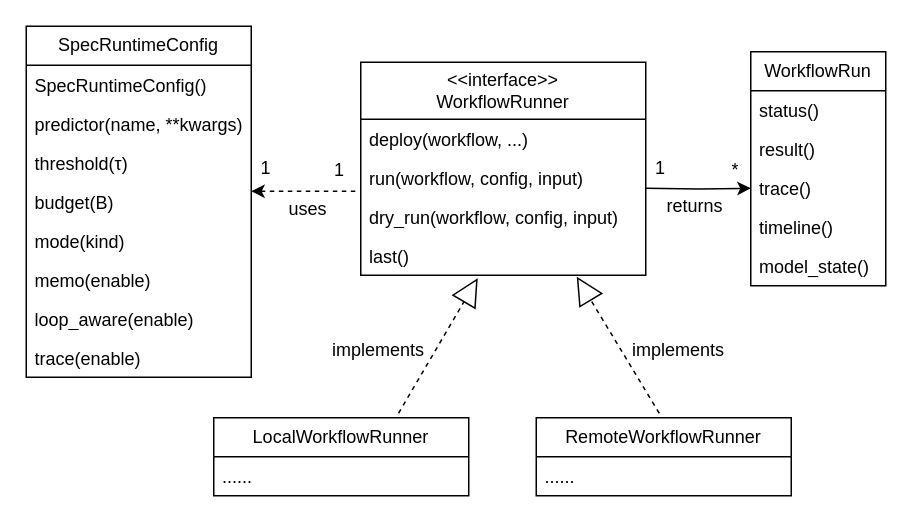
The draw.io diagram draw.io/WorkflowRunner 接口对象与实现类型.drawio in wushenghao666/thesis-desktop-material, before the edit. Source tidied: cells renumbered, new cells numbered last; positions are measured from the earlier drawing's top-left corner, leaving out a move shared by most shapes. Both pictures are drawn from the tidied source at 150%, with x=0, y=0 at pixel (26, 26).
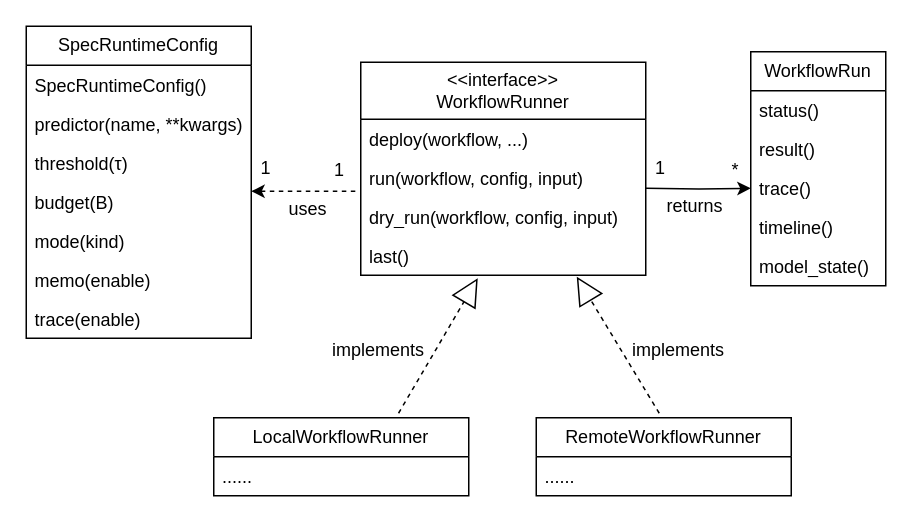
After the change.

Change to the diagram source:
```diff
@@
     <mxCell id="2" value="SpecRuntimeConfig" style="swimlane;fontStyle=0;horizontal=1;startSize=26;fillColor=none;whiteSpace=wrap;html=1;" parent="1" vertex="1">
-      <mxGeometry width="150" height="234" as="geometry" />
+      <mxGeometry width="150" height="208" as="geometry" />
     </mxCell>
@@
-    <mxCell id="9" value="loop_aware(enable)" style="text;strokeColor=none;fillColor=none;align=left;verticalAlign=top;spacingLeft=4;spacingRight=4;overflow=hidden;whiteSpace=wrap;html=1;" parent="2" vertex="1">
-      <mxGeometry y="182" width="150" height="26" as="geometry" />
-    </mxCell>
     <mxCell id="10" value="trace(enable)" style="text;strokeColor=none;fillColor=none;align=left;verticalAlign=top;spacingLeft=4;spacingRight=4;overflow=hidden;whiteSpace=wrap;html=1;" parent="2" vertex="1">
-      <mxGeometry y="208" width="150" height="26" as="geometry" />
+      <mxGeometry y="182" width="150" height="26" as="geometry" />
     </mxCell>
```
